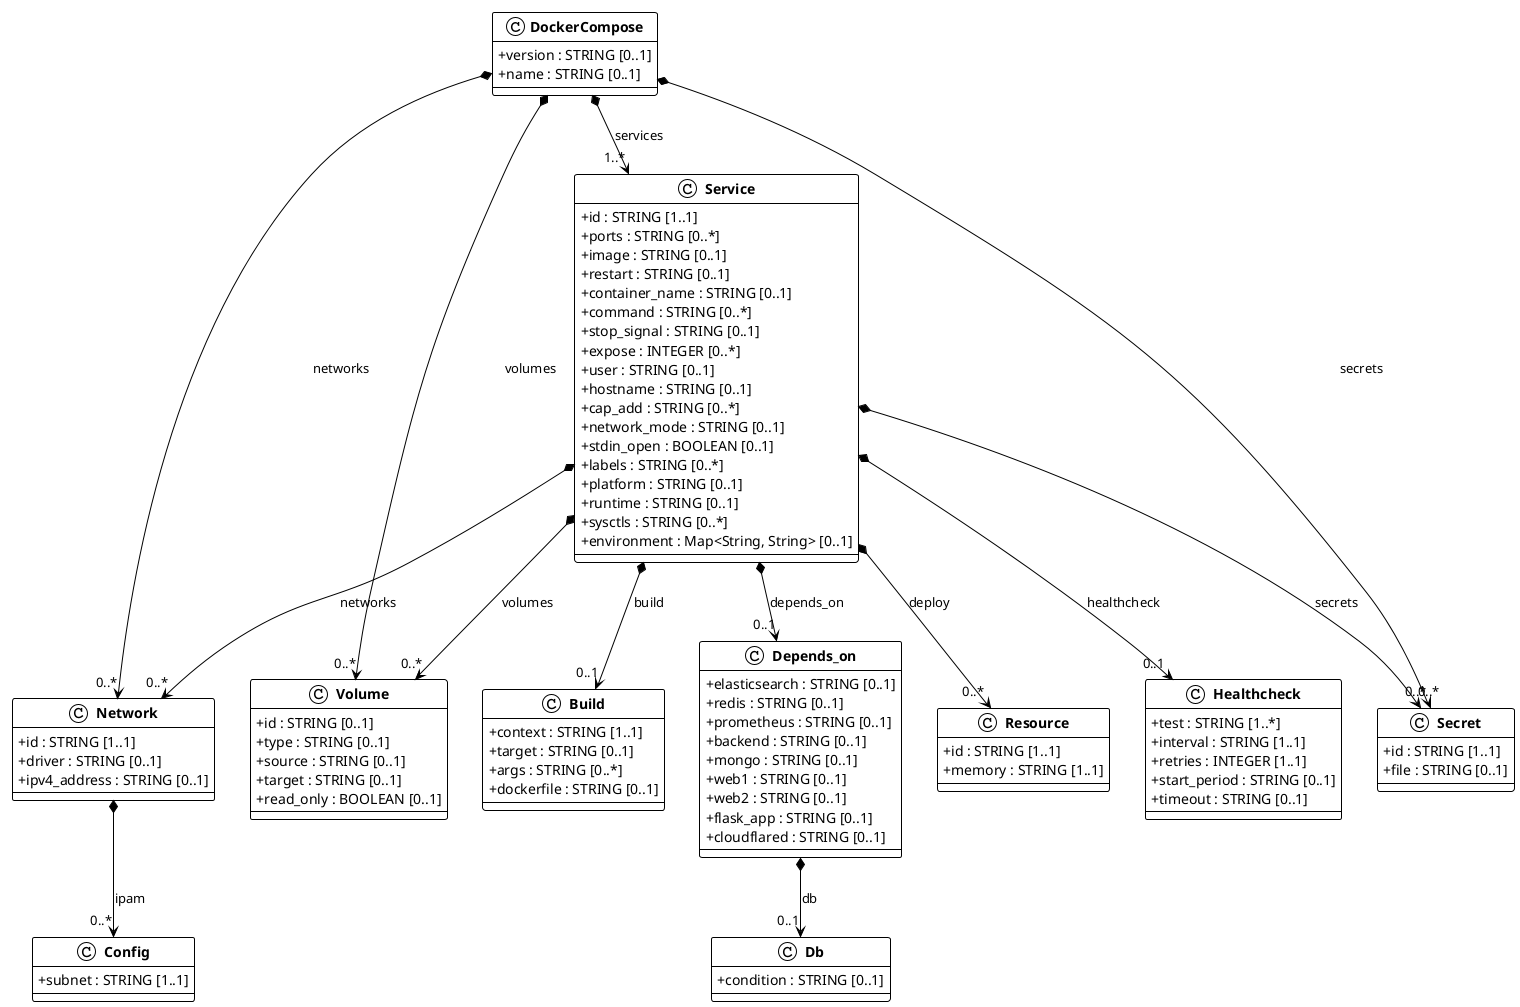
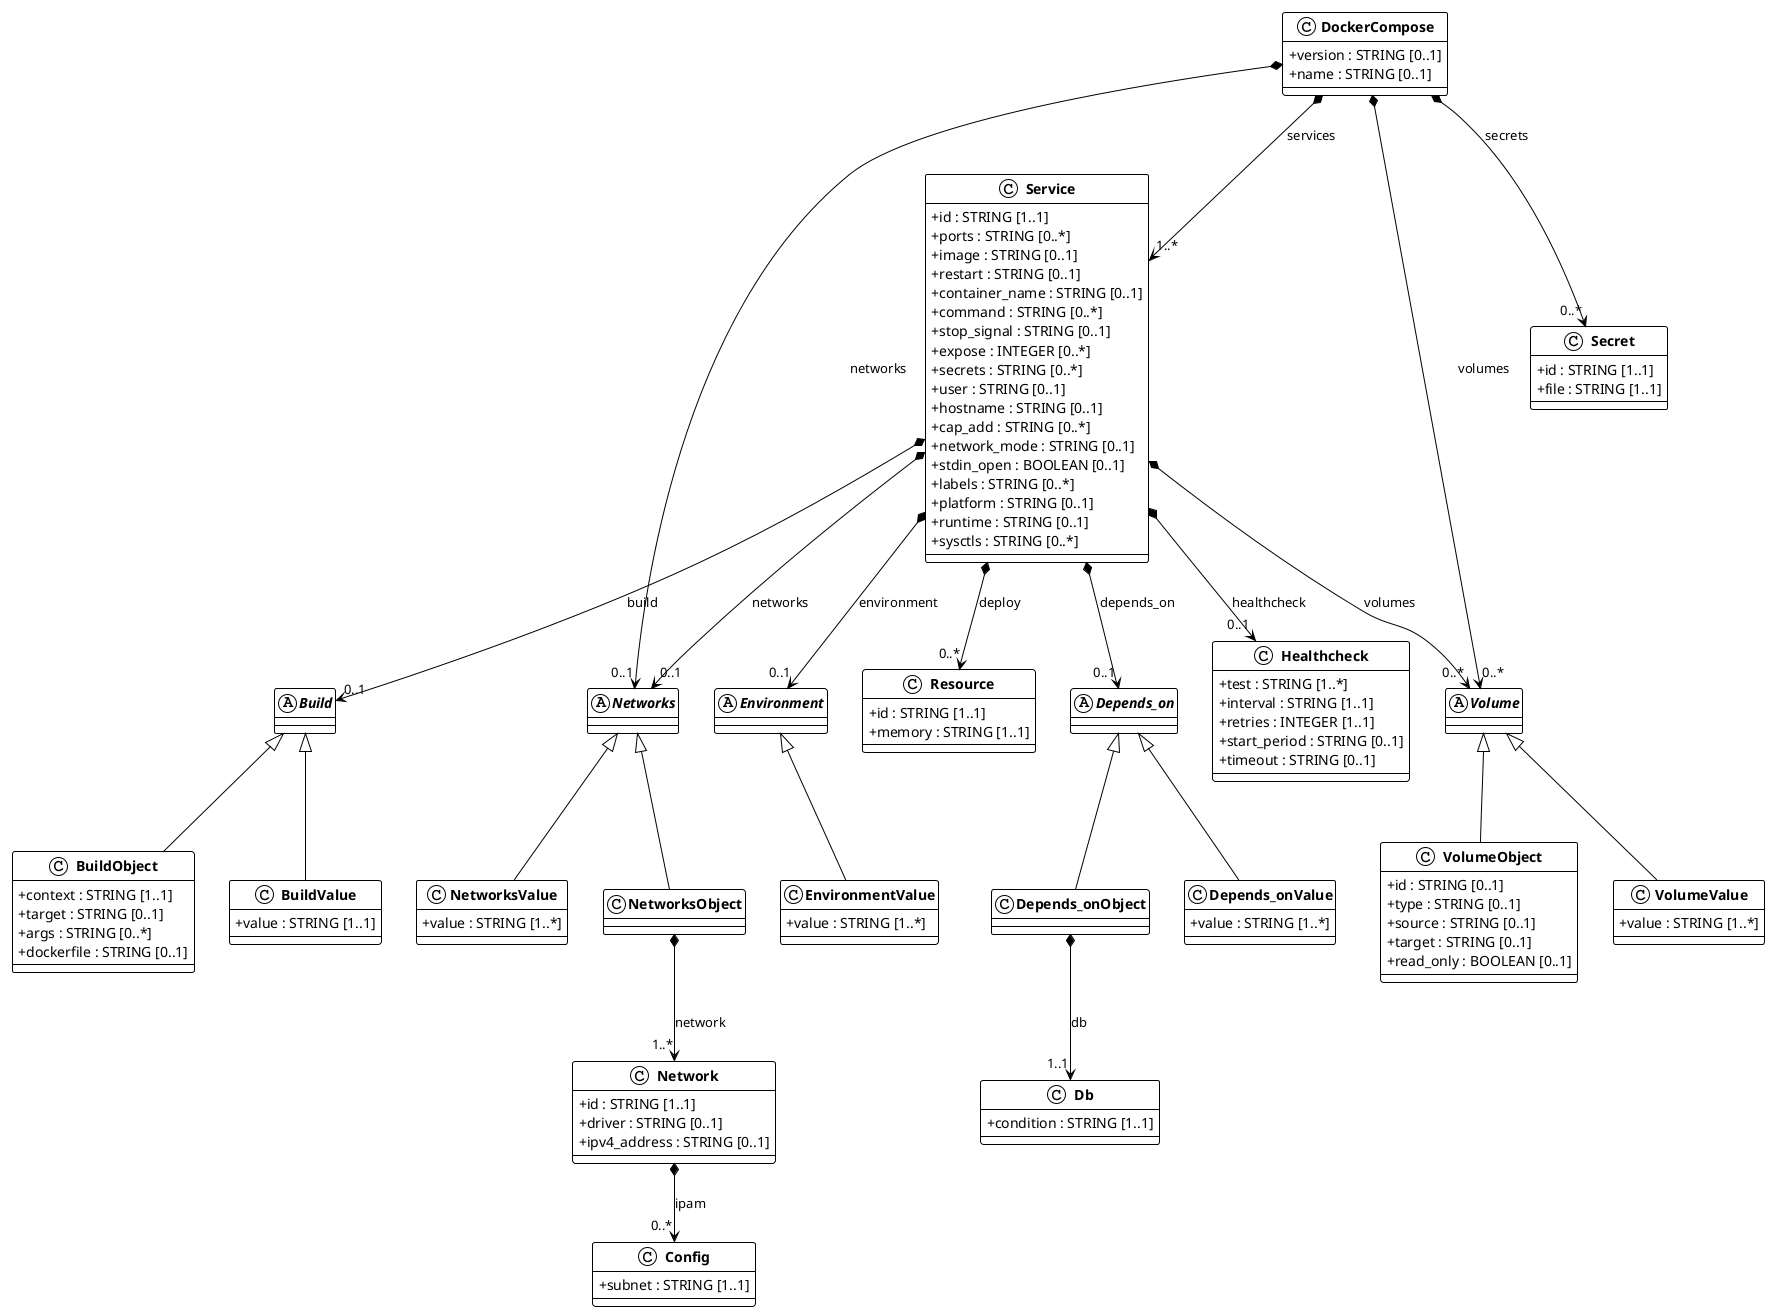
@startuml docker_compose
!theme plain
skinparam classAttributeIconSize 0
skinparam classFontStyle bold

class DockerCompose{
  + version : STRING [0..1]
  + name : STRING [0..1]
}

class Service{
  + id : STRING [1..1]
  + ports : STRING [0..*]
  + image : STRING [0..1]
  + restart : STRING [0..1]
  + container_name : STRING [0..1]
  + command : STRING [0..*]
  + stop_signal : STRING [0..1]
  + expose : INTEGER [0..*]
+   + secrets : STRING [0..*]
  + user : STRING [0..1]
  + hostname : STRING [0..1]
  + cap_add : STRING [0..*]
  + network_mode : STRING [0..1]
  + stdin_open : BOOLEAN [0..1]
  + labels : STRING [0..*]
  + platform : STRING [0..1]
  + runtime : STRING [0..1]
  + sysctls : STRING [0..*]
-   + environment : Map<String, String> [0..1]
}

- class Build{
-   + context : STRING [1..1]
-   + target : STRING [0..1]
-   + args : STRING [0..*]
-   + dockerfile : STRING [0..1]
+ abstract class Build{
}

- class Volume{
-   + id : STRING [0..1]
-   + type : STRING [0..1]
-   + source : STRING [0..1]
-   + target : STRING [0..1]
-   + read_only : BOOLEAN [0..1]
+ abstract class Environment{
}

class Healthcheck{
  + test : STRING [1..*]
  + interval : STRING [1..1]
  + retries : INTEGER [1..1]
  + start_period : STRING [0..1]
  + timeout : STRING [0..1]
}

+ abstract class Networks{
+ }
+ 
class Network{
  + id : STRING [1..1]
  + driver : STRING [0..1]
  + ipv4_address : STRING [0..1]
}

- class Depends_on{
-   + elasticsearch : STRING [0..1]
-   + redis : STRING [0..1]
-   + prometheus : STRING [0..1]
-   + backend : STRING [0..1]
-   + mongo : STRING [0..1]
-   + web1 : STRING [0..1]
-   + web2 : STRING [0..1]
-   + flask_app : STRING [0..1]
-   + cloudflared : STRING [0..1]
+ abstract class Volume{
}

class Resource{
  + id : STRING [1..1]
  + memory : STRING [1..1]
}

- class Secret{
-   + id : STRING [1..1]
-   + file : STRING [0..1]
+ abstract class Depends_on{
}

class Db{
-   + condition : STRING [0..1]
+   + condition : STRING [1..1]
+ }
+ 
+ class Secret{
+   + id : STRING [1..1]
+   + file : STRING [1..1]
}

class Config{
  + subnet : STRING [1..1]
}

+ class VolumeObject{
+   + id : STRING [0..1]
+   + type : STRING [0..1]
+   + source : STRING [0..1]
+   + target : STRING [0..1]
+   + read_only : BOOLEAN [0..1]
+ }
+ 
+ class VolumeValue{
+   + value : STRING [1..*]
+ }
+ 
+ class BuildObject{
+   + context : STRING [1..1]
+   + target : STRING [0..1]
+   + args : STRING [0..*]
+   + dockerfile : STRING [0..1]
+ }
+ 
+ class BuildValue{
+   + value : STRING [1..1]
+ }
+ 
+ class NetworksObject{
+ }
+ 
+ class NetworksValue{
+   + value : STRING [1..*]
+ }
+ 
+ class Depends_onObject{
+ }
+ 
+ class Depends_onValue{
+   + value : STRING [1..*]
+ }
+ 
+ class EnvironmentValue{
+   + value : STRING [1..*]
+ }
+ 
+ Volume <|-- VolumeObject
+ Volume <|-- VolumeValue
+ Build <|-- BuildObject
+ Build <|-- BuildValue
+ Networks <|-- NetworksObject
+ Networks <|-- NetworksValue
+ Depends_on <|-- Depends_onObject
+ Depends_on <|-- Depends_onValue
+ Environment <|-- EnvironmentValue
+ 
DockerCompose *--> "1..*" Service : services
- DockerCompose *--> "0..*" Network : networks
+ DockerCompose *--> "0..1" Networks : networks
DockerCompose *--> "0..*" Volume : volumes
DockerCompose *--> "0..*" Secret : secrets
Service *--> "0..1" Build : build
+ Service *--> "0..1" Environment : environment
+ Service *--> "0..1" Healthcheck : healthcheck
+ Service *--> "0..*" Resource : deploy
+ Service *--> "0..1" Depends_on : depends_on
Service *--> "0..*" Volume : volumes
- Service *--> "0..1" Healthcheck : healthcheck
- Service *--> "0..*" Network : networks
- Service *--> "0..1" Depends_on : depends_on
- Service *--> "0..*" Resource : deploy
- Service *--> "0..*" Secret : secrets
+ Service *--> "0..1" Networks : networks
Network *--> "0..*" Config : ipam
- Depends_on *--> "0..1" Db : db
+ NetworksObject *--> "1..*" Network : network
+ Depends_onObject *--> "1..1" Db : db

@enduml
